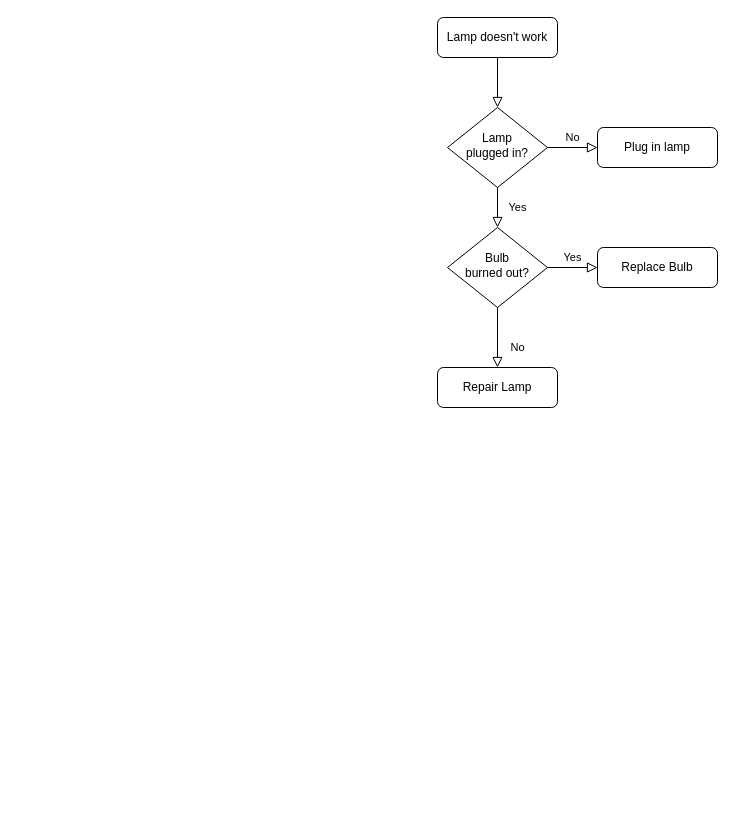
This is 未命名绘图.drawio from jisx/Config, a draw.io file, before an edit. Source tidied: cells renumbered, new cells numbered last; positions are measured from the earlier drawing's top-left corner, leaving out a move shared by most shapes. Both pictures are drawn from the tidied source at 100%, with x=0, y=0 at pixel (437, 17).
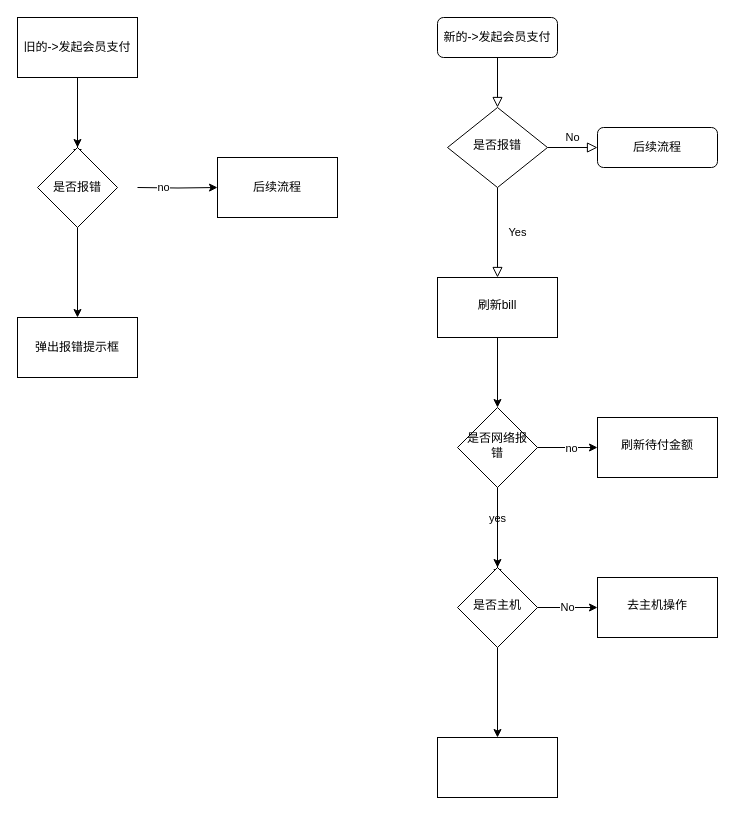
Above is the later version.

Change to the diagram source:
```diff
@@
-    <mxCell id="3" value="Lamp doesn't work" style="rounded=1;whiteSpace=wrap;html=1;fontSize=12;glass=0;strokeWidth=1;shadow=0;" parent="1" vertex="1">
+    <mxCell id="3" value="新的-&amp;gt;发起会员支付" style="rounded=1;whiteSpace=wrap;html=1;fontSize=12;glass=0;strokeWidth=1;shadow=0;" parent="1" vertex="1">
       <mxGeometry width="120" height="40" as="geometry" />
     </mxCell>
-    <mxCell id="4" value="Yes" style="rounded=0;html=1;jettySize=auto;fontSize=11;endArrow=block;endFill=0;endSize=8;strokeWidth=1;shadow=0;labelBackgroundColor=none;edgeStyle=orthogonalEdgeStyle;" parent="1" edge="1" source="6" target="10">
+    <mxCell id="4" value="Yes" style="rounded=0;html=1;jettySize=auto;fontSize=11;endArrow=block;endFill=0;endSize=8;strokeWidth=1;shadow=0;labelBackgroundColor=none;edgeStyle=orthogonalEdgeStyle;entryX=0.5;entryY=0;entryDx=0;entryDy=0;" parent="1" edge="1" source="6" target="14">
       <mxGeometry y="20" relative="1" as="geometry" />
     </mxCell>
@@
-    <mxCell id="6" value="Lamp&lt;br&gt;plugged in?" style="rhombus;whiteSpace=wrap;html=1;shadow=0;fontFamily=Helvetica;fontSize=12;align=center;strokeWidth=1;spacing=6;spacingTop=-4;" parent="1" vertex="1">
+    <mxCell id="6" value="是否报错" style="rhombus;whiteSpace=wrap;html=1;shadow=0;fontFamily=Helvetica;fontSize=12;align=center;strokeWidth=1;spacing=6;spacingTop=-4;" parent="1" vertex="1">
       <mxGeometry x="10" y="90" width="100" height="80" as="geometry" />
     </mxCell>
-    <mxCell id="7" value="Plug in lamp" style="rounded=1;whiteSpace=wrap;html=1;fontSize=12;glass=0;strokeWidth=1;shadow=0;" parent="1" vertex="1">
+    <mxCell id="7" value="后续流程" style="rounded=1;whiteSpace=wrap;html=1;fontSize=12;glass=0;strokeWidth=1;shadow=0;" parent="1" vertex="1">
       <mxGeometry x="160" y="110" width="120" height="40" as="geometry" />
     </mxCell>
+    <mxCell id="13" style="edgeStyle=orthogonalEdgeStyle;rounded=0;jettySize=auto;html=1;" parent="1" edge="1" source="14" target="20">
+      <mxGeometry relative="1" as="geometry" />
+    </mxCell>
+    <mxCell id="14" value="刷新bill" style="whiteSpace=wrap;html=1;shadow=0;strokeWidth=1;spacing=6;spacingTop=-4;" parent="1" vertex="1">
+      <mxGeometry y="260" width="120" height="60" as="geometry" />
+    </mxCell>
+    <mxCell id="15" style="edgeStyle=orthogonalEdgeStyle;rounded=0;jettySize=auto;html=1;" parent="1" edge="1" source="20" target="21">
+      <mxGeometry relative="1" as="geometry" />
+    </mxCell>
+    <mxCell id="16" value="no" style="edgeLabel;html=1;align=center;verticalAlign=middle;" parent="15" vertex="1">
+      <mxGeometry x="0.1" relative="1" as="geometry" />
+    </mxCell>
+    <mxCell id="17" style="edgeStyle=orthogonalEdgeStyle;rounded=0;jettySize=auto;html=1;" parent="1" edge="1" source="20">
+      <mxGeometry relative="1" as="geometry">
+        <mxPoint x="60" y="560" as="targetPoint" />
+      </mxGeometry>
+    </mxCell>
+    <mxCell id="18" value="yes" style="edgeLabel;html=1;align=center;verticalAlign=middle;" parent="17" vertex="1">
+      <mxGeometry x="-0.33" y="-1" relative="1" as="geometry" />
+    </mxCell>
+    <mxCell id="19" style="edgeStyle=orthogonalEdgeStyle;rounded=0;jettySize=auto;html=1;" parent="1" edge="1" source="20" target="23">
+      <mxGeometry relative="1" as="geometry" />
+    </mxCell>
+    <mxCell id="20" value="是否网络报错" style="rhombus;whiteSpace=wrap;html=1;shadow=0;strokeWidth=1;spacing=6;spacingTop=-4;" parent="1" vertex="1">
+      <mxGeometry x="20" y="390" width="80" height="80" as="geometry" />
+    </mxCell>
+    <mxCell id="21" value="刷新待付金额" style="whiteSpace=wrap;html=1;shadow=0;strokeWidth=1;spacing=6;spacingTop=-4;" parent="1" vertex="1">
+      <mxGeometry x="160" y="400" width="120" height="60" as="geometry" />
+    </mxCell>
+    <mxCell id="22" style="edgeStyle=orthogonalEdgeStyle;rounded=0;jettySize=auto;html=1;" parent="1" edge="1" source="23" target="24">
+      <mxGeometry relative="1" as="geometry" />
+    </mxCell>
-    <mxCell id="8" value="No" style="rounded=0;html=1;jettySize=auto;fontSize=11;endArrow=block;endFill=0;endSize=8;strokeWidth=1;shadow=0;labelBackgroundColor=none;edgeStyle=orthogonalEdgeStyle;" parent="1" edge="1" source="10" target="11">
-      <mxGeometry x="0.33" y="20" relative="1" as="geometry" />
+    <mxCell id="8" value="No" style="edgeStyle=orthogonalEdgeStyle;rounded=0;jettySize=auto;html=1;" parent="1" edge="1" source="23" target="25">
+      <mxGeometry relative="1" as="geometry" />
     </mxCell>
-    <mxCell id="9" value="Yes" style="edgeStyle=orthogonalEdgeStyle;rounded=0;html=1;jettySize=auto;fontSize=11;endArrow=block;endFill=0;endSize=8;strokeWidth=1;shadow=0;labelBackgroundColor=none;" parent="1" edge="1" source="10" target="12">
-      <mxGeometry y="10" relative="1" as="geometry" />
-    </mxCell>
-    <mxCell id="10" value="Bulb&lt;br&gt;burned out?" style="rhombus;whiteSpace=wrap;html=1;shadow=0;fontFamily=Helvetica;fontSize=12;align=center;strokeWidth=1;spacing=6;spacingTop=-4;" parent="1" vertex="1">
-      <mxGeometry x="10" y="210" width="100" height="80" as="geometry" />
-    </mxCell>
-    <mxCell id="11" value="Repair Lamp" style="rounded=1;whiteSpace=wrap;html=1;fontSize=12;glass=0;strokeWidth=1;shadow=0;" parent="1" vertex="1">
-      <mxGeometry y="350" width="120" height="40" as="geometry" />
-    </mxCell>
-    <mxCell id="12" value="Replace Bulb" style="rounded=1;whiteSpace=wrap;html=1;fontSize=12;glass=0;strokeWidth=1;shadow=0;" parent="1" vertex="1">
-      <mxGeometry x="160" y="230" width="120" height="40" as="geometry" />
-    </mxCell>
+    <mxCell id="23" value="是否主机" style="rhombus;whiteSpace=wrap;html=1;shadow=0;strokeWidth=1;spacing=6;spacingTop=-4;" parent="1" vertex="1">
+      <mxGeometry x="20" y="550" width="80" height="80" as="geometry" />
+    </mxCell>
+    <mxCell id="24" style="whiteSpace=wrap;html=1;shadow=0;strokeWidth=1;spacing=6;spacingTop=-4;" parent="1" vertex="1">
+      <mxGeometry y="720" width="120" height="60" as="geometry" />
+    </mxCell>
+    <mxCell id="25" value="去主机操作" style="whiteSpace=wrap;html=1;shadow=0;strokeWidth=1;spacing=6;spacingTop=-4;" parent="1" vertex="1">
+      <mxGeometry x="160" y="560" width="120" height="60" as="geometry" />
+    </mxCell>
+    <mxCell id="26" style="edgeStyle=orthogonalEdgeStyle;rounded=0;jettySize=auto;html=1;" parent="1" edge="1" source="29">
+      <mxGeometry relative="1" as="geometry">
+        <mxPoint x="-360" y="140" as="targetPoint" />
+      </mxGeometry>
+    </mxCell>
+    <mxCell id="27" style="edgeStyle=orthogonalEdgeStyle;rounded=0;jettySize=auto;html=1;" parent="1" edge="1" source="29">
+      <mxGeometry relative="1" as="geometry">
+        <mxPoint x="-360" y="140" as="targetPoint" />
+      </mxGeometry>
+    </mxCell>
+    <mxCell id="28" style="edgeStyle=orthogonalEdgeStyle;rounded=0;jettySize=auto;html=1;" parent="1" edge="1" source="29" target="34">
+      <mxGeometry relative="1" as="geometry" />
+    </mxCell>
+    <mxCell id="29" value="旧的-&amp;gt;发起会员支付" style="whiteSpace=wrap;html=1;" parent="1" vertex="1">
+      <mxGeometry x="-420" width="120" height="60" as="geometry" />
+    </mxCell>
+    <mxCell id="30" style="edgeStyle=orthogonalEdgeStyle;rounded=0;jettySize=auto;html=1;" parent="1" edge="1" target="32">
+      <mxGeometry relative="1" as="geometry">
+        <mxPoint x="-300" y="170" as="sourcePoint" />
+      </mxGeometry>
+    </mxCell>
+    <mxCell id="31" value="no" style="edgeLabel;html=1;align=center;verticalAlign=middle;" parent="30" vertex="1">
+      <mxGeometry x="-0.38" y="1" relative="1" as="geometry" />
+    </mxCell>
+    <mxCell id="32" value="后续流程" style="whiteSpace=wrap;html=1;" parent="1" vertex="1">
+      <mxGeometry x="-220" y="140" width="120" height="60" as="geometry" />
+    </mxCell>
+    <mxCell id="33" style="edgeStyle=orthogonalEdgeStyle;rounded=0;jettySize=auto;html=1;" parent="1" edge="1" source="34" target="35">
+      <mxGeometry relative="1" as="geometry" />
+    </mxCell>
+    <mxCell id="34" value="是否报错" style="rhombus;whiteSpace=wrap;html=1;" parent="1" vertex="1">
+      <mxGeometry x="-400" y="130" width="80" height="80" as="geometry" />
+    </mxCell>
+    <mxCell id="35" value="弹出报错提示框" style="whiteSpace=wrap;html=1;" parent="1" vertex="1">
+      <mxGeometry x="-420" y="300" width="120" height="60" as="geometry" />
+    </mxCell>
```
